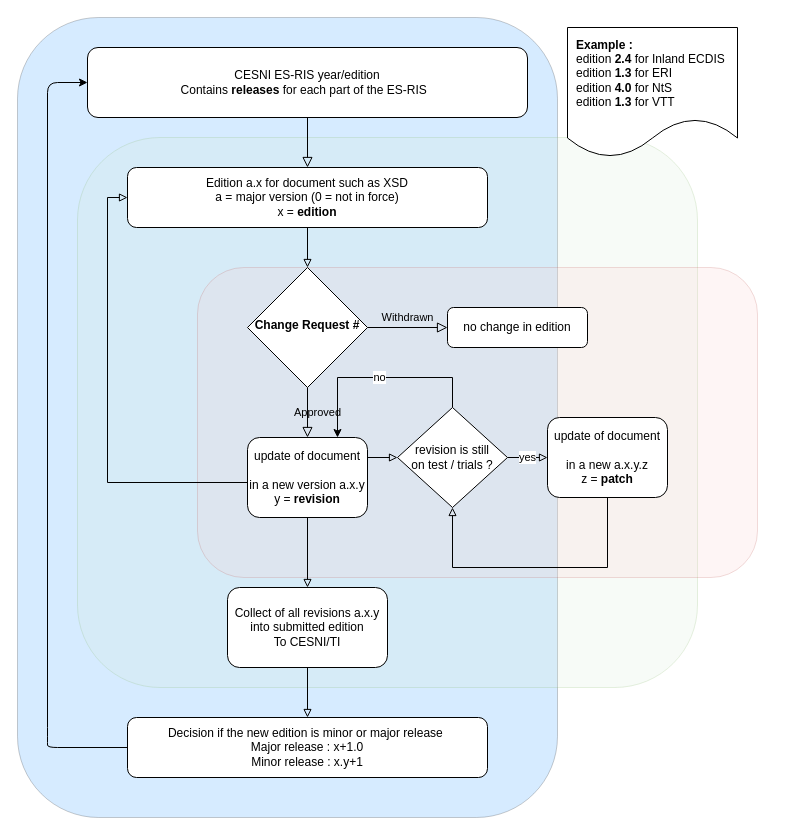
Above: docs/RIS-versioning.drawio in cesniti/ris_public_files (draw.io), before the change. Source tidied: cells renumbered, new cells numbered last; positions are measured from the earlier drawing's top-left corner, leaving out a move shared by most shapes. Both pictures are drawn from the tidied source at 100%, with x=0, y=0 at pixel (17, 17). Pictures stored in the file or linked from it are replaced by grey dashed boxes.
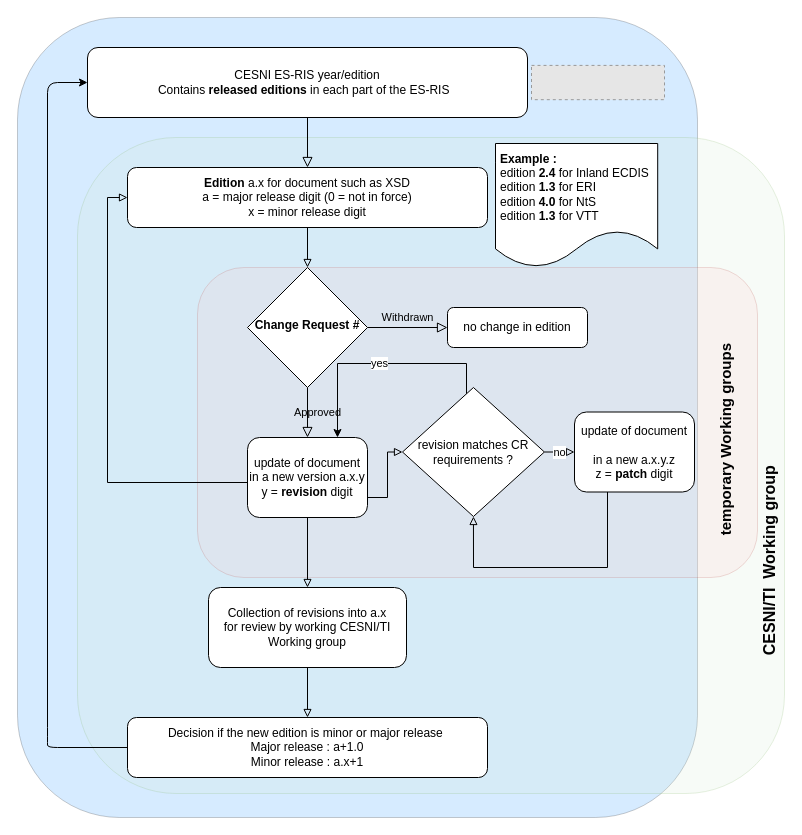
After the change.

Change to the diagram source:
```diff
@@
     <mxCell id="2" style="rounded=1;whiteSpace=wrap;html=1;fillColor=#3399FF;opacity=20;" parent="1" vertex="1">
-      <mxGeometry width="540" height="800" as="geometry" />
+      <mxGeometry width="680" height="800" as="geometry" />
     </mxCell>
     <mxCell id="3" style="rounded=1;whiteSpace=wrap;html=1;fillColor=#d5e8d4;opacity=20;strokeColor=#82b366;" parent="1" vertex="1">
-      <mxGeometry x="60" y="120" width="620" height="550" as="geometry" />
+      <mxGeometry x="60" y="120" width="707" height="656" as="geometry" />
     </mxCell>
@@
-    <mxCell id="6" value="CESNI ES-RIS year/edition&lt;br&gt;Contains &lt;b&gt;releases&lt;/b&gt;&amp;nbsp;for each part of the ES-RIS&amp;nbsp;&amp;nbsp;" style="rounded=1;whiteSpace=wrap;html=1;fontSize=12;glass=0;strokeWidth=1;shadow=0;" parent="1" vertex="1">
+    <mxCell id="6" value="CESNI ES-RIS year/edition&lt;br&gt;Contains &lt;b&gt;released editions&lt;/b&gt;&amp;nbsp;in each part of the ES-RIS&amp;nbsp;&amp;nbsp;" style="rounded=1;whiteSpace=wrap;html=1;fontSize=12;glass=0;strokeWidth=1;shadow=0;" parent="1" vertex="1">
       <mxGeometry x="70" y="30" width="440" height="70" as="geometry" />
     </mxCell>
@@
-    <mxCell id="11" value="Edition a.x for document such as XSD&lt;br&gt;a = major version (0 = not in force)&lt;br&gt;x = &lt;b&gt;edition&lt;/b&gt;" style="rounded=1;whiteSpace=wrap;html=1;" parent="1" vertex="1">
+    <mxCell id="11" value="&lt;b&gt;Edition&lt;/b&gt; a.x for document such as XSD&lt;br&gt;a = major release digit (0 = not in force)&lt;br&gt;x = minor release digit" style="rounded=1;whiteSpace=wrap;html=1;" parent="1" vertex="1">
       <mxGeometry x="110" y="150" width="360" height="60" as="geometry" />
     </mxCell>
-    <mxCell id="12" value="Decision if the new edition is minor or major release&amp;nbsp;&lt;br&gt;Major release : x+1.0&lt;br&gt;Minor release : x.y+1" style="rounded=1;whiteSpace=wrap;html=1;" parent="1" vertex="1">
+    <mxCell id="12" value="Decision if the new edition is minor or major release&amp;nbsp;&lt;br&gt;Major release : a+1.0&lt;br&gt;Minor release : a.x+1" style="rounded=1;whiteSpace=wrap;html=1;" parent="1" vertex="1">
       <mxGeometry x="110" y="700" width="360" height="60" as="geometry" />
     </mxCell>
@@
-    <mxCell id="17" style="edgeStyle=orthogonalEdgeStyle;rounded=0;jettySize=auto;html=1;startArrow=none;startFill=0;endArrow=block;endFill=0;exitX=1;exitY=0.25;exitDx=0;exitDy=0;entryX=0;entryY=0.5;entryDx=0;entryDy=0;" parent="1" edge="1" source="18" target="23">
+    <mxCell id="17" style="edgeStyle=orthogonalEdgeStyle;rounded=0;jettySize=auto;html=1;startArrow=none;startFill=0;endArrow=block;endFill=0;exitX=1;exitY=0.75;exitDx=0;exitDy=0;entryX=0;entryY=0.5;entryDx=0;entryDy=0;" parent="1" edge="1" source="18" target="23">
       <mxGeometry relative="1" as="geometry" />
     </mxCell>
-    <mxCell id="18" value="update of document&lt;br&gt;&lt;br&gt;in a new version a.x.y&lt;br&gt;y = &lt;b&gt;revision&lt;/b&gt;" style="rounded=1;whiteSpace=wrap;html=1;" parent="1" vertex="1">
+    <mxCell id="18" value="update of document&lt;br&gt;in a new version a.x.y&lt;br&gt;y = &lt;b&gt;revision &lt;/b&gt;digit" style="rounded=1;whiteSpace=wrap;html=1;" parent="1" vertex="1">
       <mxGeometry x="230" y="420" width="120" height="80" as="geometry" />
     </mxCell>
@@
-    <mxCell id="20" value="Collect of all revisions a.x.y&lt;br&gt;into submitted edition&lt;br&gt;To CESNI/TI" style="rounded=1;whiteSpace=wrap;html=1;" parent="1" vertex="1">
-      <mxGeometry x="210" y="570" width="160" height="80" as="geometry" />
+    <mxCell id="20" value="Collection of revisions into a.x&lt;br&gt;for review by working CESNI/TI Working group" style="rounded=1;whiteSpace=wrap;html=1;" parent="1" vertex="1">
+      <mxGeometry x="191" y="570" width="198" height="80" as="geometry" />
     </mxCell>
-    <mxCell id="21" value="yes" style="edgeStyle=orthogonalEdgeStyle;rounded=0;jettySize=auto;html=1;startArrow=none;startFill=0;endArrow=block;endFill=0;" parent="1" edge="1" source="23" target="25">
+    <mxCell id="21" value="no" style="edgeStyle=orthogonalEdgeStyle;rounded=0;jettySize=auto;html=1;startArrow=none;startFill=0;endArrow=block;endFill=0;" parent="1" edge="1" source="23" target="25">
       <mxGeometry relative="1" as="geometry" />
     </mxCell>
-    <mxCell id="22" value="no" style="edgeStyle=orthogonalEdgeStyle;rounded=0;jettySize=auto;html=1;entryX=0.75;entryY=0;entryDx=0;entryDy=0;" parent="1" edge="1" source="23" target="18">
+    <mxCell id="22" value="yes" style="edgeStyle=orthogonalEdgeStyle;rounded=0;jettySize=auto;html=1;" parent="1" edge="1" source="23">
       <mxGeometry relative="1" as="geometry">
+        <mxPoint x="320" y="420" as="targetPoint" />
         <Array as="points">
-          <mxPoint x="435" y="360" />
-          <mxPoint x="320" y="360" />
+          <mxPoint x="449" y="346" />
+          <mxPoint x="320" y="346" />
         </Array>
       </mxGeometry>
     </mxCell>
-    <mxCell id="23" value="revision is still &lt;br&gt;on test / trials ?" style="rhombus;whiteSpace=wrap;html=1;rounded=0;" parent="1" vertex="1">
-      <mxGeometry x="380" y="390" width="110" height="100" as="geometry" />
+    <mxCell id="23" value="revision matches CR &lt;br&gt;requirements&amp;nbsp;?" style="rhombus;whiteSpace=wrap;html=1;rounded=0;" parent="1" vertex="1">
+      <mxGeometry x="385" y="370" width="141.9" height="129" as="geometry" />
     </mxCell>
     <mxCell id="24" style="edgeStyle=orthogonalEdgeStyle;rounded=0;jettySize=auto;html=1;entryX=0.5;entryY=1;entryDx=0;entryDy=0;startArrow=none;startFill=0;endArrow=block;endFill=0;" parent="1" edge="1" source="25" target="23">
       <mxGeometry relative="1" as="geometry">
         <Array as="points">
           <mxPoint x="590" y="550" />
-          <mxPoint x="435" y="550" />
+          <mxPoint x="456" y="550" />
         </Array>
       </mxGeometry>
     </mxCell>
-    <mxCell id="25" value="update of document&lt;br&gt;&lt;br&gt;in a new a.x.y.z&lt;br&gt;z = &lt;b&gt;patch&lt;/b&gt;" style="rounded=1;whiteSpace=wrap;html=1;" parent="1" vertex="1">
-      <mxGeometry x="530" y="400" width="120" height="80" as="geometry" />
+    <mxCell id="25" value="update of document&lt;br&gt;&lt;br&gt;in a new a.x.y.z&lt;br&gt;z = &lt;b&gt;patch &lt;/b&gt;digit" style="rounded=1;whiteSpace=wrap;html=1;" parent="1" vertex="1">
+      <mxGeometry x="557" y="394.5" width="120" height="80" as="geometry" />
     </mxCell>
     <mxCell id="26" value="&lt;div style=&quot;text-align: left&quot;&gt;&lt;b&gt;Example :&lt;/b&gt;&lt;/div&gt;&lt;div style=&quot;text-align: left&quot;&gt;edition&amp;nbsp;&lt;b&gt;2.4 &lt;/b&gt;for Inland ECDIS&amp;nbsp;&lt;/div&gt;&lt;div style=&quot;text-align: left&quot;&gt;&lt;span&gt;edition&amp;nbsp;&lt;b&gt;1.3&lt;/b&gt; for ERI&lt;/span&gt;&lt;/div&gt;&lt;div style=&quot;text-align: left&quot;&gt;edition&amp;nbsp;&lt;b&gt;4.0&lt;/b&gt; for NtS&amp;nbsp;&lt;/div&gt;&lt;div style=&quot;text-align: left&quot;&gt;edition&amp;nbsp;&lt;b&gt;1.3&lt;/b&gt; for VTT&lt;/div&gt;" style="shape=document;whiteSpace=wrap;html=1;boundedLbl=1;rounded=0;fillColor=#FFFFFF;gradientColor=none;" parent="1" vertex="1">
-      <mxGeometry x="550" y="10" width="170" height="130" as="geometry" />
+      <mxGeometry x="478" y="126" width="162.2" height="124" as="geometry" />
     </mxCell>
+    <mxCell id="27" style="fillColor=#E6E6E6;strokeColor=#999999;dashed=1;verticalLabelPosition=bottom;labelBackgroundColor=#ffffff;verticalAlign=top;" parent="1" vertex="1">
+      <mxGeometry x="514" y="47.9" width="133" height="34.3" as="geometry" />
+    </mxCell>
+    <mxCell id="28" value="CESNI/TI&amp;nbsp;&amp;nbsp;Working group&amp;nbsp;" style="text;html=1;strokeColor=none;fillColor=none;align=center;verticalAlign=middle;whiteSpace=wrap;rounded=0;fontStyle=1;rotation=-90;fontSize=16;" parent="1" vertex="1">
+      <mxGeometry x="581" y="531" width="341" height="20" as="geometry" />
+    </mxCell>
+    <mxCell id="29" value="temporary Working groups&amp;nbsp;" style="text;html=1;strokeColor=none;fillColor=none;align=center;verticalAlign=middle;whiteSpace=wrap;rounded=0;fontStyle=1;rotation=-90;fontSize=15;" parent="1" vertex="1">
+      <mxGeometry x="537" y="410" width="341" height="20" as="geometry" />
+    </mxCell>
```
